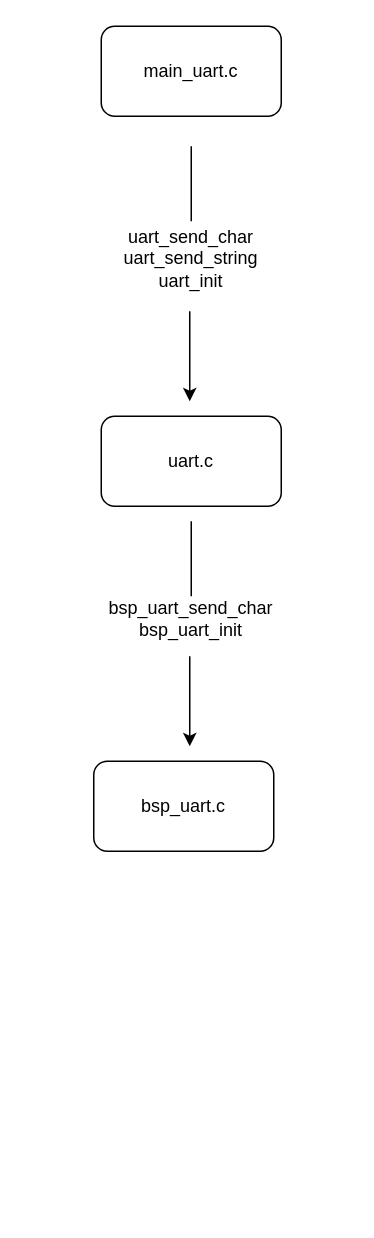
Earlier version of the draw.io diagram uart.drawio (adrienbey777/STM32F4BareMetal). Source tidied: cells renumbered, new cells numbered last; positions are measured from the earlier drawing's top-left corner, leaving out a move shared by most shapes. Both pictures are drawn from the tidied source at 150%, with x=0, y=0 at pixel (33, 26).
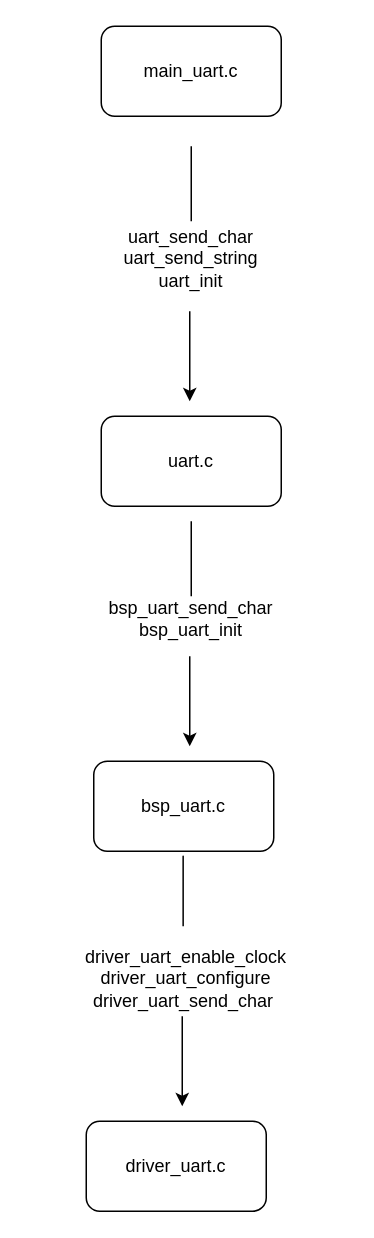
The same diagram, later.

What changed in the source:
```diff
@@
+    <mxCell id="11" value="driver_uart.c" style="rounded=1;whiteSpace=wrap;html=1;" parent="1" vertex="1">
+      <mxGeometry x="35" y="730" width="120" height="60" as="geometry" />
+    </mxCell>
+    <mxCell id="12" style="endArrow=classic;html=1;exitX=0.5;exitY=1;exitDx=0;exitDy=0;" parent="1" edge="1">
+      <mxGeometry relative="1" as="geometry">
+        <mxPoint x="99" y="660" as="sourcePoint" />
+        <mxPoint x="99" y="720" as="targetPoint" />
+      </mxGeometry>
+    </mxCell>
+    <mxCell id="13" value="&lt;div&gt;&lt;font style=&quot;color: rgb(0, 0, 0);&quot;&gt;&amp;nbsp;driver_uart_enable_clock&lt;/font&gt;&lt;/div&gt;&lt;div&gt;&lt;span style=&quot;background-color: transparent;&quot;&gt;&lt;font style=&quot;color: rgb(0, 0, 0);&quot;&gt;&amp;nbsp;driver_uart_configure&lt;/font&gt;&lt;/span&gt;&lt;/div&gt;&lt;div&gt;&lt;span style=&quot;background-color: transparent;&quot;&gt;&lt;font style=&quot;color: rgb(0, 0, 0);&quot;&gt;driver_uart_send_char&lt;/font&gt;&lt;/span&gt;&lt;/div&gt;" style="text;html=1;align=center;verticalAlign=middle;whiteSpace=wrap;rounded=0;" parent="1" vertex="1">
+      <mxGeometry x="-5" y="620" width="210" height="30" as="geometry" />
+    </mxCell>
+    <mxCell id="14" style="endArrow=none;html=1;" parent="1" edge="1">
+      <mxGeometry relative="1" as="geometry">
+        <mxPoint x="99.6" y="600" as="sourcePoint" />
+        <mxPoint x="99.6" y="570" as="targetPoint" />
+        <Array as="points">
+          <mxPoint x="99.6" y="570" />
+          <mxPoint x="99.6" y="550" />
+        </Array>
+      </mxGeometry>
+    </mxCell>
```
